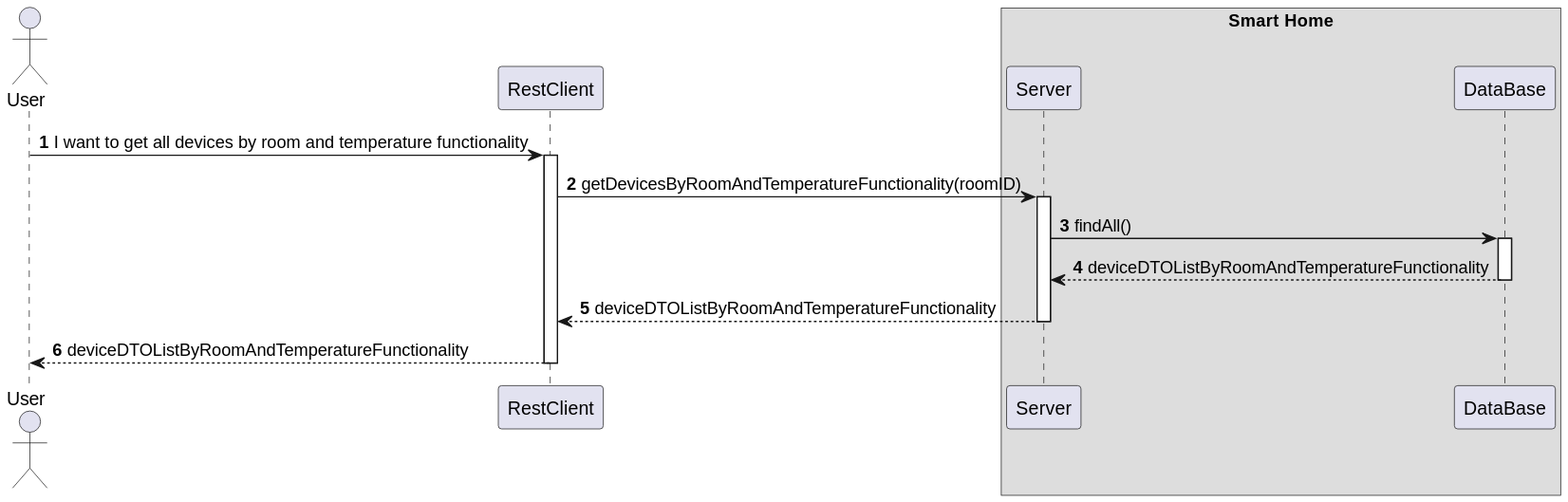
The PlantUML diagram docs/ooa/C4_4plus1_models/Level2/ProcessView/ProcessViewLevel2_UC12v1.svg in olivDiogo/SmartHome, before a commit. Source of this version:
```plantuml
@startuml

!pragma layout smetana

autonumber

actor "User" as User
participant "RestClient" as RC

box "Smart Home"
    participant "Server" as SV
    participant "DataBase" as DB
end box


User -> RC : I want to get all devices by room and temperature functionality
activate RC

RC -> SV : getDevicesByRoomAndTemperatureFunctionality(roomID)
activate SV

SV -> DB : findAll()
activate DB

DB --> SV : deviceDTOListByRoomAndTemperatureFunctionality
deactivate DB



SV --> RC : deviceDTOListByRoomAndTemperatureFunctionality
deactivate SV

RC --> User : deviceDTOListByRoomAndTemperatureFunctionality
deactivate RC
@enduml
```
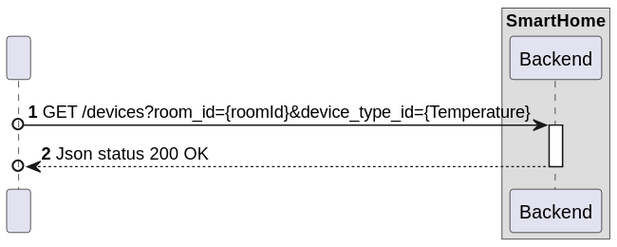
Later version of the same file.

Commit message:
docs: update process view level 2

Change to the diagram source:
```diff
@@ -4,32 +4,16 @@
 
 autonumber
 
-actor "User" as User
-participant "RestClient" as RC
+participant " " as HTTP
 
-box "Smart Home"
-    participant "Server" as SV
-    participant "DataBase" as DB
+box "SmartHome"
+    participant "Backend" as BE
+
 end box
 
+HTTP o-> BE : GET /devices?room_id={roomId}&device_type_id={Temperature}
+activate BE
 
-User -> RC : I want to get all devices by room and temperature functionality
-activate RC
-
-RC -> SV : getDevicesByRoomAndTemperatureFunctionality(roomID)
-activate SV
-
-SV -> DB : findAll()
-activate DB
-
-DB --> SV : deviceDTOListByRoomAndTemperatureFunctionality
-deactivate DB
-
-
-
-SV --> RC : deviceDTOListByRoomAndTemperatureFunctionality
-deactivate SV
-
-RC --> User : deviceDTOListByRoomAndTemperatureFunctionality
-deactivate RC
+BE -->o HTTP : Json status 200 OK
+deactivate BE
 @enduml
```
